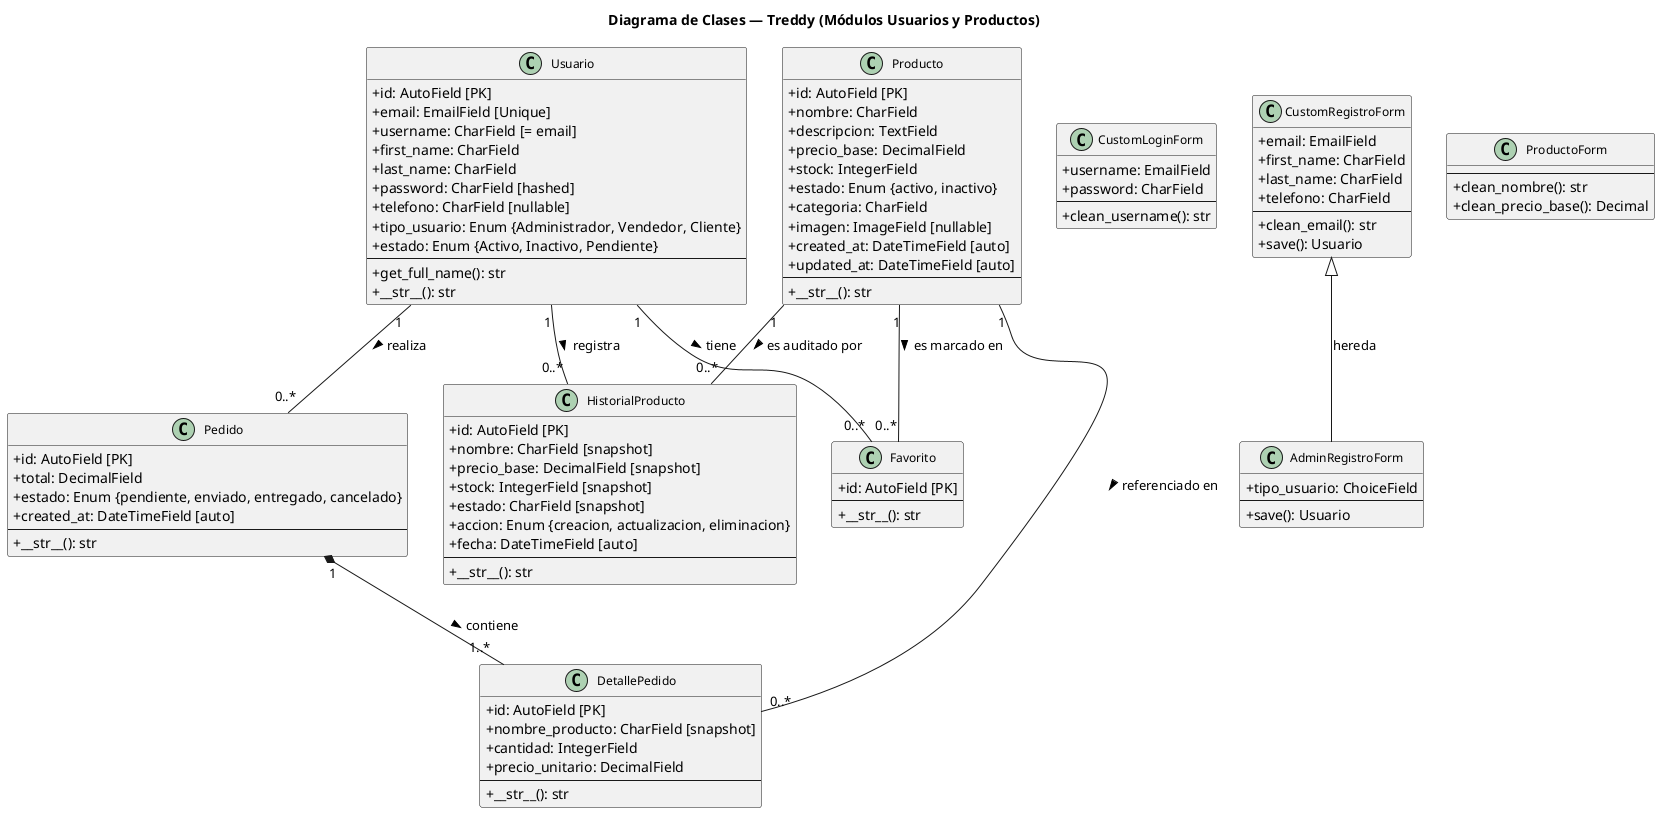
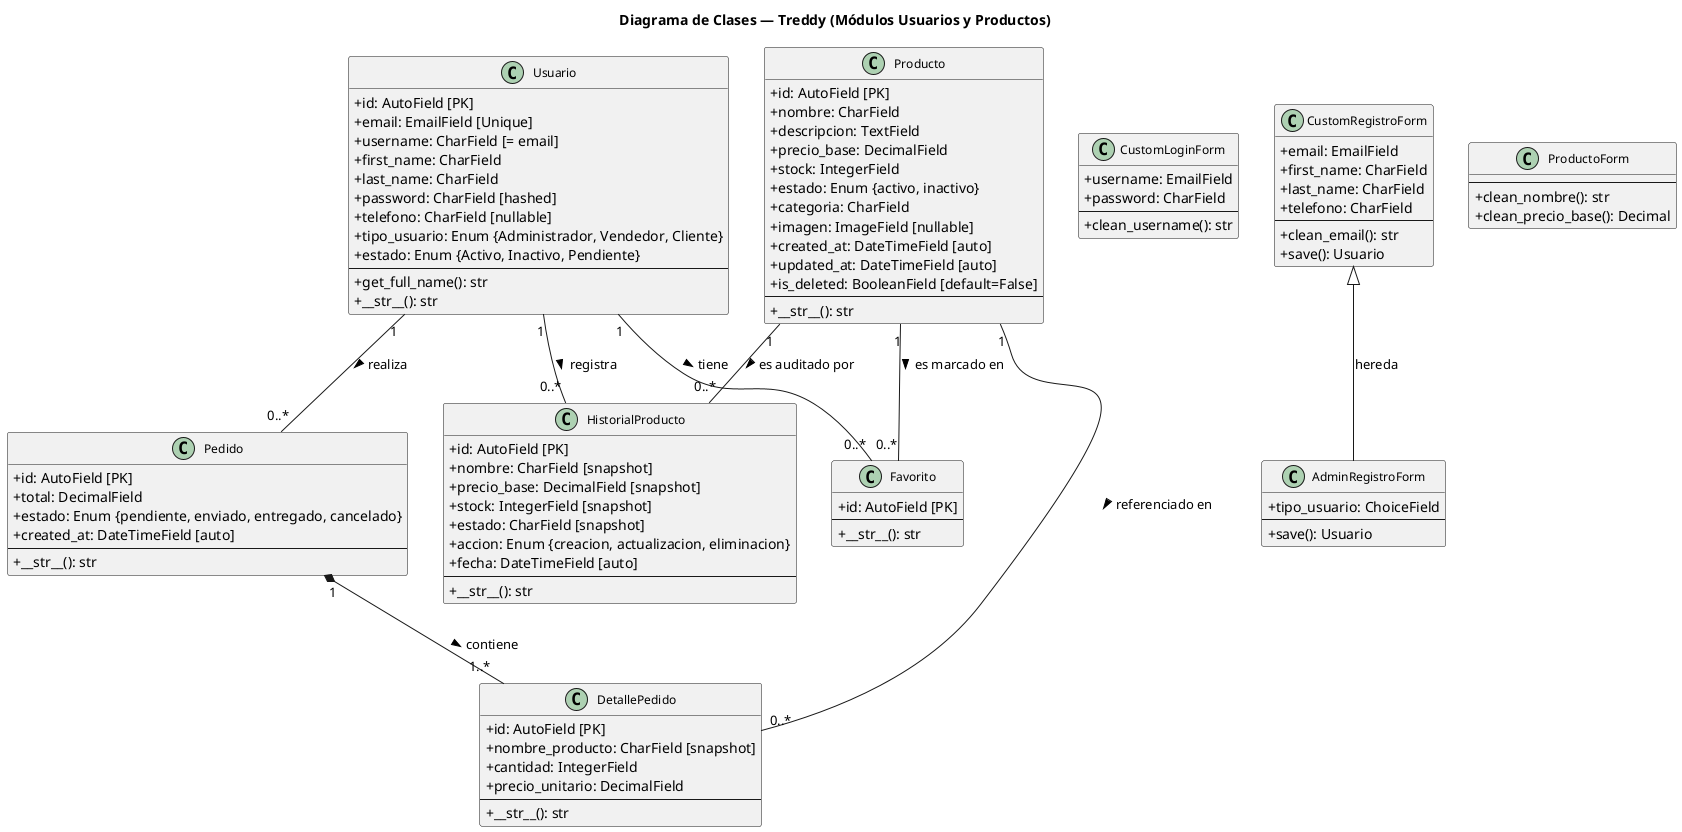
@startuml diagrama_clases
title Diagrama de Clases — Treddy (Módulos Usuarios y Productos)
skinparam classAttributeIconSize 0
skinparam classFontSize 12

' ── Módulo Usuarios ──────────────────────────────────────
class Usuario {
    + id: AutoField [PK]
    + email: EmailField [Unique]
    + username: CharField [= email]
    + first_name: CharField
    + last_name: CharField
    + password: CharField [hashed]
    + telefono: CharField [nullable]
    + tipo_usuario: Enum {Administrador, Vendedor, Cliente}
    + estado: Enum {Activo, Inactivo, Pendiente}
    --
    + get_full_name(): str
    + __str__(): str
}

' ── Módulo Productos ─────────────────────────────────────
class Producto {
    + id: AutoField [PK]
    + nombre: CharField
    + descripcion: TextField
    + precio_base: DecimalField
    + stock: IntegerField
    + estado: Enum {activo, inactivo}
    + categoria: CharField
    + imagen: ImageField [nullable]
    + created_at: DateTimeField [auto]
    + updated_at: DateTimeField [auto]
+     + is_deleted: BooleanField [default=False]
    --
    + __str__(): str
}

class HistorialProducto {
    + id: AutoField [PK]
    + nombre: CharField [snapshot]
    + precio_base: DecimalField [snapshot]
    + stock: IntegerField [snapshot]
    + estado: CharField [snapshot]
    + accion: Enum {creacion, actualizacion, eliminacion}
    + fecha: DateTimeField [auto]
    --
    + __str__(): str
}

' ── Módulo E-Commerce ─────────────────────────────────────
class Favorito {
    + id: AutoField [PK]
    --
    + __str__(): str
}

class Pedido {
    + id: AutoField [PK]
    + total: DecimalField
    + estado: Enum {pendiente, enviado, entregado, cancelado}
    + created_at: DateTimeField [auto]
    --
    + __str__(): str
}

class DetallePedido {
    + id: AutoField [PK]
    + nombre_producto: CharField [snapshot]
    + cantidad: IntegerField
    + precio_unitario: DecimalField
    --
    + __str__(): str
}

' ── Formularios (Boundaries) ─────────────────────────────
class CustomLoginForm {
    + username: EmailField
    + password: CharField
    --
    + clean_username(): str
}

class CustomRegistroForm {
    + email: EmailField
    + first_name: CharField
    + last_name: CharField
    + telefono: CharField
    --
    + clean_email(): str
    + save(): Usuario
}

class AdminRegistroForm {
    + tipo_usuario: ChoiceField
    --
    + save(): Usuario
}

class ProductoForm {
    --
    + clean_nombre(): str
    + clean_precio_base(): Decimal
}

' ── Relaciones ───────────────────────────────────────────
Usuario "1" -- "0..*" HistorialProducto : registra >
Producto "1" -- "0..*" HistorialProducto : es auditado por >

Usuario "1" -- "0..*" Favorito : tiene >
Producto "1" -- "0..*" Favorito : es marcado en >

Usuario "1" -- "0..*" Pedido : realiza >
Pedido "1" *-- "1..*" DetallePedido : contiene >
Producto "1" -- "0..*" DetallePedido : referenciado en >

CustomRegistroForm <|-- AdminRegistroForm : hereda

@enduml
